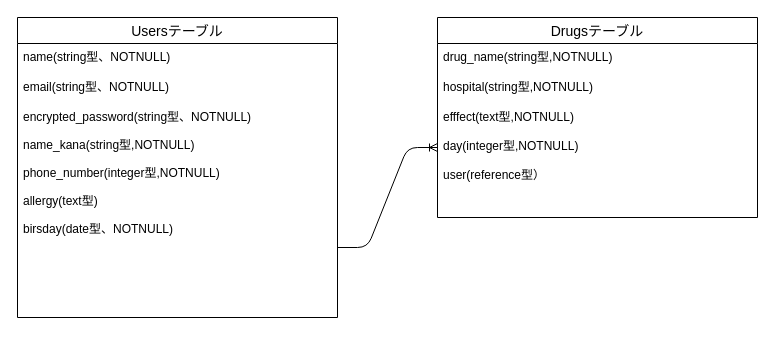
Before: test.dio in takuro-1011/drug-note, a draw.io diagram. Source tidied: cells renumbered, new cells numbered last; positions are measured from the earlier drawing's top-left corner, leaving out a move shared by most shapes. Both pictures are drawn from the tidied source at 100%, with x=0, y=0 at pixel (17, 17).
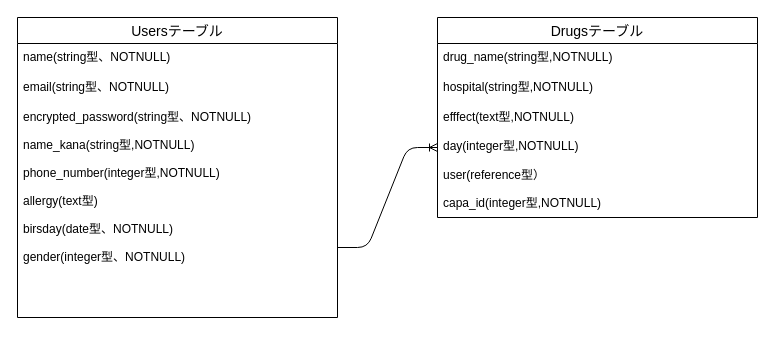
After the change.

Commit message (it also covers changes not shown here):
テーブル設計追加

What changed in the source:
```diff
@@
 <mxGraphModel>
   <root>
     <mxCell id="0" />
     <mxCell id="1" parent="0" />
     <mxCell id="2" value="Usersテーブル" style="swimlane;fontStyle=0;horizontal=1;startSize=26;align=center;fontSize=14;" parent="1" vertex="1">
       <mxGeometry width="320" height="300" as="geometry" />
     </mxCell>
     <mxCell id="3" value="name(string型、NOTNULL)" style="text;strokeColor=none;fillColor=none;spacingLeft=4;spacingRight=4;overflow=hidden;fontSize=12;" parent="2" vertex="1">
       <mxGeometry y="26" width="320" height="30" as="geometry" />
     </mxCell>
     <mxCell id="4" value="email(string型、NOTNULL)" style="text;strokeColor=none;fillColor=none;spacingLeft=4;spacingRight=4;overflow=hidden;fontSize=12;" parent="2" vertex="1">
       <mxGeometry y="56" width="320" height="30" as="geometry" />
     </mxCell>
-    <mxCell id="5" value="encrypted_password(string型、NOTNULL)&#10;&#10;name_kana(string型,NOTNULL)&#10;&#10;phone_number(integer型,NOTNULL)&#10;&#10;allergy(text型)&#10;&#10;birsday(date型、NOTNULL)" style="text;strokeColor=none;fillColor=none;spacingLeft=4;spacingRight=4;overflow=hidden;fontSize=12;" parent="2" vertex="1">
+    <mxCell id="5" value="encrypted_password(string型、NOTNULL)&#10;&#10;name_kana(string型,NOTNULL)&#10;&#10;phone_number(integer型,NOTNULL)&#10;&#10;allergy(text型)&#10;&#10;birsday(date型、NOTNULL)&#10;&#10;gender(integer型、NOTNULL)&#10;" style="text;strokeColor=none;fillColor=none;spacingLeft=4;spacingRight=4;overflow=hidden;fontSize=12;" parent="2" vertex="1">
       <mxGeometry y="86" width="320" height="214" as="geometry" />
     </mxCell>
     <mxCell id="6" value="Drugsテーブル" style="swimlane;fontStyle=0;horizontal=1;startSize=26;align=center;fontSize=14;" parent="1" vertex="1">
       <mxGeometry x="420" width="320" height="200" as="geometry" />
     </mxCell>
     <mxCell id="7" value="drug_name(string型,NOTNULL)" style="text;strokeColor=none;fillColor=none;spacingLeft=4;spacingRight=4;overflow=hidden;fontSize=12;" parent="6" vertex="1">
       <mxGeometry y="26" width="320" height="30" as="geometry" />
     </mxCell>
     <mxCell id="8" value="hospital(string型,NOTNULL)" style="text;strokeColor=none;fillColor=none;spacingLeft=4;spacingRight=4;overflow=hidden;fontSize=12;" parent="6" vertex="1">
       <mxGeometry y="56" width="320" height="30" as="geometry" />
     </mxCell>
-    <mxCell id="9" value="efffect(text型,NOTNULL)&#10;&#10;day(integer型,NOTNULL)&#10;&#10;user(reference型）" style="text;strokeColor=none;fillColor=none;spacingLeft=4;spacingRight=4;overflow=hidden;fontSize=12;whiteSpace=wrap;" parent="6" vertex="1">
+    <mxCell id="9" value="efffect(text型,NOTNULL)&#10;&#10;day(integer型,NOTNULL)&#10;&#10;user(reference型）&#10;&#10;capa_id(integer型,NOTNULL)" style="text;strokeColor=none;fillColor=none;spacingLeft=4;spacingRight=4;overflow=hidden;fontSize=12;whiteSpace=wrap;" parent="6" vertex="1">
       <mxGeometry y="86" width="320" height="114" as="geometry" />
     </mxCell>
     <mxCell id="10" style="edgeStyle=entityRelationEdgeStyle;fontSize=12;html=1;endArrow=ERoneToMany;" parent="1" edge="1">
       <mxGeometry relative="1" as="geometry">
         <mxPoint x="320" y="230" as="sourcePoint" />
         <mxPoint x="420" y="130" as="targetPoint" />
       </mxGeometry>
     </mxCell>
   </root>
 </mxGraphModel>
```
